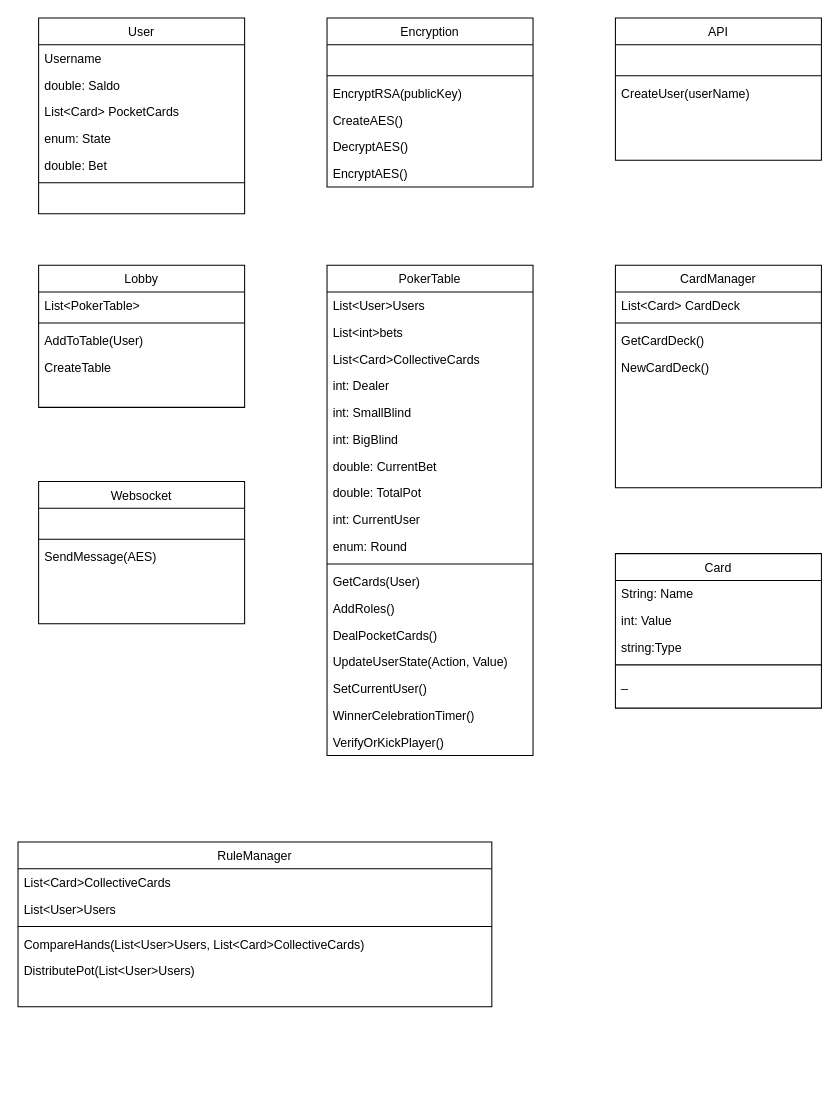
The draw.io diagram Dokumentation/Klasse Diagram.drawio in AndreasBollNielsen/PinkLadiesPoker_GameEngine, before the edit. Source tidied: cells renumbered, new cells numbered last; positions are measured from the earlier drawing's top-left corner, leaving out a move shared by most shapes. Both pictures are drawn from the tidied source at 103%, with x=0, y=0 at pixel (18, 18).
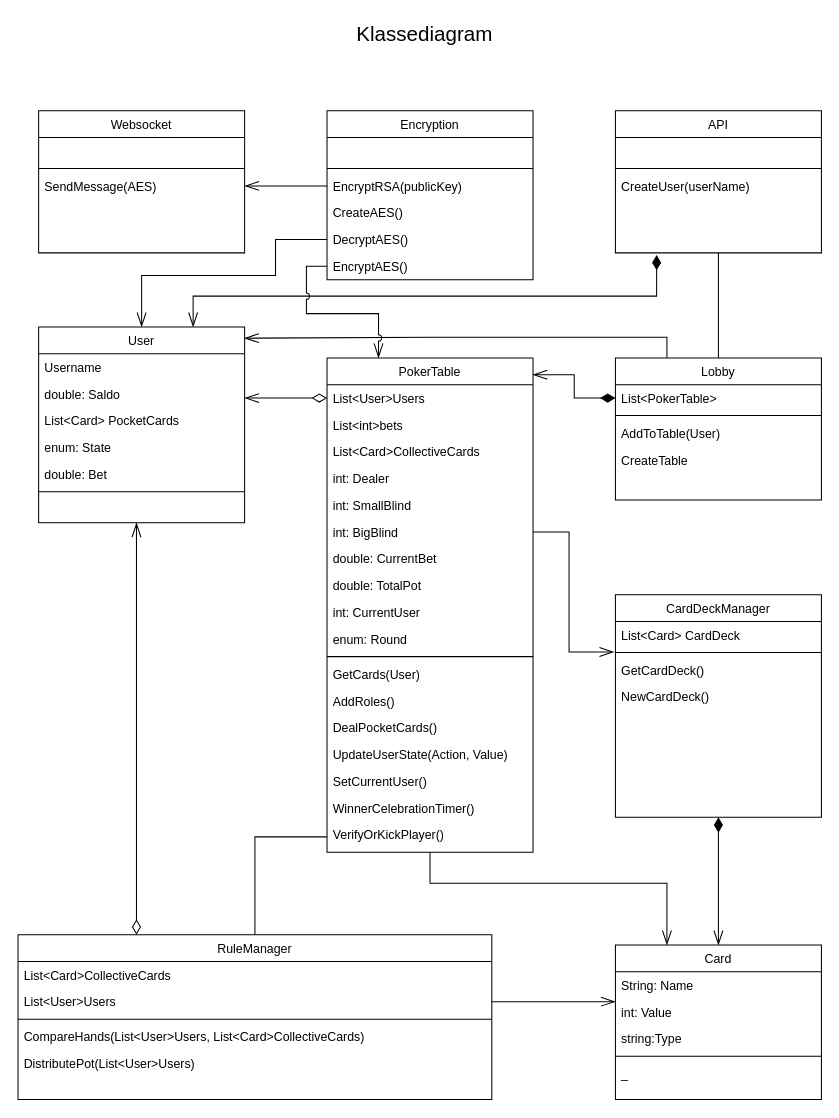
After the change.

Commit message (it also covers changes not shown here):
updated class diagram

The change refers to these unchanged cells:
```xml
<mxCell id="3" value="List&lt;PokerTable&gt;" style="text;align=left;verticalAlign=top;spacingLeft=4;spacingRight=4;overflow=hidden;points=[[0,0.5],[1,0.5]];portConstraint=eastwest;" parent="2" vertex="1">
  <mxGeometry y="26" width="200" height="26" as="geometry" />
</mxCell>
<mxCell id="10" value="EncryptRSA(publicKey)" style="text;align=left;verticalAlign=top;spacingLeft=4;spacingRight=4;overflow=hidden;points=[[0,0.5],[1,0.5]];portConstraint=eastwest;" parent="7" vertex="1">
  <mxGeometry y="60" width="200" height="26" as="geometry" />
</mxCell>
<mxCell id="12" value="DecryptAES()" style="text;align=left;verticalAlign=top;spacingLeft=4;spacingRight=4;overflow=hidden;points=[[0,0.5],[1,0.5]];portConstraint=eastwest;" parent="7" vertex="1">
  <mxGeometry y="112" width="200" height="26" as="geometry" />
</mxCell>
<mxCell id="13" value="EncryptAES()" style="text;align=left;verticalAlign=top;spacingLeft=4;spacingRight=4;overflow=hidden;points=[[0,0.5],[1,0.5]];portConstraint=eastwest;" parent="7" vertex="1">
  <mxGeometry y="138" width="200" height="26" as="geometry" />
</mxCell>
<mxCell id="16" value="int: Value" style="text;align=left;verticalAlign=top;spacingLeft=4;spacingRight=4;overflow=hidden;points=[[0,0.5],[1,0.5]];portConstraint=eastwest;rounded=0;shadow=0;html=0;" parent="14" vertex="1">
  <mxGeometry y="52" width="200" height="26" as="geometry" />
</mxCell>
<mxCell id="21" value="List&lt;Card&gt; CardDeck" style="text;align=left;verticalAlign=top;spacingLeft=4;spacingRight=4;overflow=hidden;points=[[0,0.5],[1,0.5]];portConstraint=eastwest;" parent="20" vertex="1">
  <mxGeometry y="26" width="200" height="26" as="geometry" />
</mxCell>
<mxCell id="30" value="List&lt;User&gt;Users" style="text;align=left;verticalAlign=top;spacingLeft=4;spacingRight=4;overflow=hidden;points=[[0,0.5],[1,0.5]];portConstraint=eastwest;" parent="29" vertex="1">
  <mxGeometry y="26" width="200" height="26" as="geometry" />
</mxCell>
<mxCell id="35" value="int: BigBlind" style="text;align=left;verticalAlign=top;spacingLeft=4;spacingRight=4;overflow=hidden;points=[[0,0.5],[1,0.5]];portConstraint=eastwest;" parent="29" vertex="1">
  <mxGeometry y="156" width="200" height="26" as="geometry" />
</mxCell>
<mxCell id="50" value="List&lt;User&gt;Users" style="text;align=left;verticalAlign=top;spacingLeft=4;spacingRight=4;overflow=hidden;points=[[0,0.5],[1,0.5]];portConstraint=eastwest;" parent="48" vertex="1">
  <mxGeometry y="52" width="460" height="26" as="geometry" />
</mxCell>
<mxCell id="61" value=" " style="text;align=left;verticalAlign=top;spacingLeft=4;spacingRight=4;overflow=hidden;points=[[0,0.5],[1,0.5]];portConstraint=eastwest;" parent="54" vertex="1">
  <mxGeometry y="164" width="200" height="26" as="geometry" />
</mxCell>
```

The edit, as a diff of the source:
```diff
@@
+    <mxCell id="66" style="edgeStyle=orthogonalEdgeStyle;rounded=0;jettySize=auto;html=1;exitX=0.25;exitY=0;exitDx=0;exitDy=0;entryX=0.999;entryY=0.057;entryDx=0;entryDy=0;entryPerimeter=0;startArrow=none;startFill=0;endArrow=openThin;endFill=0;startSize=12;endSize=12;sourcePerimeterSpacing=12;targetPerimeterSpacing=12;" parent="1" edge="1" source="2" target="54">
+      <mxGeometry relative="1" as="geometry" />
+    </mxCell>
     <mxCell id="2" value="Lobby" style="swimlane;fontStyle=0;align=center;verticalAlign=top;horizontal=1;startSize=26;rounded=0;shadow=0;strokeWidth=1;" parent="1" vertex="1">
-      <mxGeometry x="20" y="240" width="200" height="138" as="geometry" />
+      <mxGeometry x="580" y="330" width="200" height="138" as="geometry" />
     </mxCell>
@@
     <mxCell id="7" value="Encryption" style="swimlane;fontStyle=0;align=center;verticalAlign=top;horizontal=1;startSize=26;rounded=0;shadow=0;strokeWidth=1;" parent="1" vertex="1">
-      <mxGeometry x="300" width="200" height="164" as="geometry" />
+      <mxGeometry x="300" y="90" width="200" height="164" as="geometry" />
     </mxCell>
@@
     <mxCell id="14" value="Card" style="swimlane;fontStyle=0;align=center;verticalAlign=top;horizontal=1;startSize=26;rounded=0;shadow=0;strokeWidth=1;" parent="1" vertex="1">
-      <mxGeometry x="580" y="520" width="200" height="150" as="geometry" />
+      <mxGeometry x="580" y="900" width="200" height="150" as="geometry" />
     </mxCell>
@@
+    <mxCell id="67" style="edgeStyle=orthogonalEdgeStyle;rounded=0;jettySize=auto;html=1;entryX=0.5;entryY=0;entryDx=0;entryDy=0;startArrow=diamondThin;startFill=1;endArrow=openThin;endFill=0;startSize=12;endSize=12;sourcePerimeterSpacing=12;targetPerimeterSpacing=12;exitX=0.5;exitY=1;exitDx=0;exitDy=0;" parent="1" edge="1" source="20" target="14">
+      <mxGeometry relative="1" as="geometry" />
+    </mxCell>
-    <mxCell id="20" value="CardManager" style="swimlane;fontStyle=0;align=center;verticalAlign=top;horizontal=1;startSize=26;rounded=0;shadow=0;strokeWidth=1;" parent="1" vertex="1">
-      <mxGeometry x="580" y="240" width="200" height="216" as="geometry" />
+    <mxCell id="20" value="CardDeckManager" style="swimlane;fontStyle=0;align=center;verticalAlign=top;horizontal=1;startSize=26;rounded=0;shadow=0;strokeWidth=1;" parent="1" vertex="1">
+      <mxGeometry x="580" y="560" width="200" height="216" as="geometry" />
     </mxCell>
@@
+    <mxCell id="68" style="edgeStyle=orthogonalEdgeStyle;rounded=0;jettySize=auto;html=1;entryX=0.5;entryY=0;entryDx=0;entryDy=0;endArrow=none;endFill=0;" parent="1" edge="1" source="25" target="2">
+      <mxGeometry relative="1" as="geometry" />
+    </mxCell>
+    <mxCell id="69" style="edgeStyle=orthogonalEdgeStyle;rounded=0;jettySize=auto;html=1;entryX=0.75;entryY=0;entryDx=0;entryDy=0;startArrow=diamondThin;startFill=1;endArrow=openThin;endFill=0;startSize=12;endSize=12;sourcePerimeterSpacing=12;targetPerimeterSpacing=12;" parent="1" edge="1" target="54">
+      <mxGeometry relative="1" as="geometry">
+        <mxPoint x="620" y="230" as="sourcePoint" />
+        <Array as="points">
+          <mxPoint x="620" y="270" />
+          <mxPoint x="170" y="270" />
+        </Array>
+      </mxGeometry>
+    </mxCell>
     <mxCell id="25" value="API" style="swimlane;fontStyle=0;align=center;verticalAlign=top;horizontal=1;startSize=26;rounded=0;shadow=0;strokeWidth=1;" parent="1" vertex="1">
-      <mxGeometry x="580" width="200" height="138" as="geometry" />
+      <mxGeometry x="580" y="90" width="200" height="138" as="geometry" />
     </mxCell>
@@
     <mxCell id="29" value="PokerTable" style="swimlane;fontStyle=0;align=center;verticalAlign=top;horizontal=1;startSize=26;rounded=0;shadow=0;strokeWidth=1;" parent="1" vertex="1">
-      <mxGeometry x="300" y="240" width="200" height="476" as="geometry" />
+      <mxGeometry x="300" y="330" width="200" height="480" as="geometry" />
     </mxCell>
@@
     <mxCell id="47" value="VerifyOrKickPlayer()" style="text;align=left;verticalAlign=top;spacingLeft=4;spacingRight=4;overflow=hidden;points=[[0,0.5],[1,0.5]];portConstraint=eastwest;" parent="29" vertex="1">
-      <mxGeometry y="450" width="200" height="26" as="geometry" />
+      <mxGeometry y="450" width="200" height="30" as="geometry" />
     </mxCell>
+    <mxCell id="70" style="edgeStyle=orthogonalEdgeStyle;rounded=0;jettySize=auto;html=1;exitX=0.25;exitY=0;exitDx=0;exitDy=0;entryX=0.475;entryY=1;entryDx=0;entryDy=0;entryPerimeter=0;startArrow=diamondThin;startFill=0;endArrow=openThin;endFill=0;startSize=12;endSize=12;sourcePerimeterSpacing=12;targetPerimeterSpacing=12;" parent="1" edge="1" source="48" target="61">
+      <mxGeometry relative="1" as="geometry" />
+    </mxCell>
     <mxCell id="48" value="RuleManager" style="swimlane;fontStyle=0;align=center;verticalAlign=top;horizontal=1;startSize=26;rounded=0;shadow=0;strokeWidth=1;" parent="1" vertex="1">
-      <mxGeometry y="800" width="460" height="160" as="geometry" />
+      <mxGeometry y="890" width="460" height="160" as="geometry" />
     </mxCell>
@@
     <mxCell id="54" value="User" style="swimlane;fontStyle=0;align=center;verticalAlign=top;horizontal=1;startSize=26;rounded=0;shadow=0;strokeWidth=1;" parent="1" vertex="1">
-      <mxGeometry x="20" width="200" height="190" as="geometry" />
+      <mxGeometry x="20" y="300" width="200" height="190" as="geometry" />
     </mxCell>
@@
     <mxCell id="62" value="Websocket" style="swimlane;fontStyle=0;align=center;verticalAlign=top;horizontal=1;startSize=26;rounded=0;shadow=0;strokeWidth=1;" parent="1" vertex="1">
-      <mxGeometry x="20" y="450" width="200" height="138" as="geometry" />
+      <mxGeometry x="20" y="90" width="200" height="138" as="geometry" />
     </mxCell>
@@
+    <mxCell id="71" style="edgeStyle=orthogonalEdgeStyle;rounded=0;jettySize=auto;html=1;entryX=0.999;entryY=0.034;entryDx=0;entryDy=0;entryPerimeter=0;endArrow=openThin;endFill=0;endSize=12;startArrow=diamondThin;startFill=1;targetPerimeterSpacing=12;sourcePerimeterSpacing=12;startSize=12;exitX=0;exitY=0.5;exitDx=0;exitDy=0;" parent="1" edge="1" source="3" target="29">
+      <mxGeometry relative="1" as="geometry" />
+    </mxCell>
+    <mxCell id="72" style="edgeStyle=orthogonalEdgeStyle;rounded=0;jettySize=auto;html=1;entryX=-0.007;entryY=1.136;entryDx=0;entryDy=0;entryPerimeter=0;startArrow=none;startFill=0;endArrow=openThin;endFill=0;startSize=12;endSize=12;sourcePerimeterSpacing=12;targetPerimeterSpacing=12;exitX=1;exitY=0.5;exitDx=0;exitDy=0;" parent="1" edge="1" source="35" target="21">
+      <mxGeometry relative="1" as="geometry" />
+    </mxCell>
+    <mxCell id="73" style="edgeStyle=orthogonalEdgeStyle;rounded=0;jettySize=auto;html=1;startArrow=none;startFill=0;endArrow=none;endFill=0;startSize=12;endSize=12;sourcePerimeterSpacing=12;targetPerimeterSpacing=12;entryX=0.5;entryY=0;entryDx=0;entryDy=0;exitX=0;exitY=0.5;exitDx=0;exitDy=0;" parent="1" edge="1" source="47" target="48">
+      <mxGeometry relative="1" as="geometry" />
+    </mxCell>
+    <mxCell id="74" style="edgeStyle=orthogonalEdgeStyle;rounded=0;jettySize=auto;html=1;entryX=1;entryY=0.5;entryDx=0;entryDy=0;startArrow=none;startFill=0;endArrow=openThin;endFill=0;startSize=12;endSize=12;sourcePerimeterSpacing=12;targetPerimeterSpacing=12;exitX=0;exitY=0.5;exitDx=0;exitDy=0;" parent="1" edge="1" source="10">
+      <mxGeometry relative="1" as="geometry">
+        <mxPoint x="220" y="163" as="targetPoint" />
+      </mxGeometry>
+    </mxCell>
+    <mxCell id="75" style="edgeStyle=orthogonalEdgeStyle;rounded=0;jettySize=auto;html=1;entryX=0.25;entryY=0;entryDx=0;entryDy=0;startArrow=none;startFill=0;endArrow=openThin;endFill=0;startSize=12;endSize=12;sourcePerimeterSpacing=12;targetPerimeterSpacing=12;" parent="1" edge="1" target="14">
+      <mxGeometry relative="1" as="geometry">
+        <mxPoint x="400" y="810" as="sourcePoint" />
+        <Array as="points">
+          <mxPoint x="400" y="840" />
+          <mxPoint x="630" y="840" />
+        </Array>
+      </mxGeometry>
+    </mxCell>
+    <mxCell id="76" style="edgeStyle=orthogonalEdgeStyle;rounded=0;jettySize=auto;html=1;entryX=0;entryY=0.115;entryDx=0;entryDy=0;entryPerimeter=0;startArrow=none;startFill=0;endArrow=openThin;endFill=0;startSize=12;endSize=12;sourcePerimeterSpacing=12;targetPerimeterSpacing=12;exitX=1;exitY=0.5;exitDx=0;exitDy=0;" parent="1" edge="1" source="50" target="16">
+      <mxGeometry relative="1" as="geometry" />
+    </mxCell>
+    <mxCell id="77" style="edgeStyle=orthogonalEdgeStyle;rounded=0;jettySize=auto;html=1;startArrow=diamondThin;startFill=0;endArrow=openThin;endFill=0;startSize=12;endSize=12;sourcePerimeterSpacing=12;targetPerimeterSpacing=12;exitX=0;exitY=0.5;exitDx=0;exitDy=0;" parent="1" edge="1" source="30">
+      <mxGeometry relative="1" as="geometry">
+        <mxPoint x="220" y="369" as="targetPoint" />
+      </mxGeometry>
+    </mxCell>
+    <mxCell id="78" style="edgeStyle=orthogonalEdgeStyle;rounded=0;jettySize=auto;html=1;entryX=0.25;entryY=0;entryDx=0;entryDy=0;startArrow=none;startFill=0;endArrow=openThin;endFill=0;startSize=12;endSize=12;sourcePerimeterSpacing=12;targetPerimeterSpacing=12;exitX=0;exitY=0.5;exitDx=0;exitDy=0;jumpStyle=arc;" parent="1" edge="1" source="13" target="29">
+      <mxGeometry relative="1" as="geometry" />
+    </mxCell>
+    <mxCell id="79" style="edgeStyle=orthogonalEdgeStyle;rounded=0;jettySize=auto;html=1;exitX=0;exitY=0.5;exitDx=0;exitDy=0;entryX=0.5;entryY=0;entryDx=0;entryDy=0;startArrow=none;startFill=0;endArrow=openThin;endFill=0;startSize=12;endSize=12;sourcePerimeterSpacing=12;targetPerimeterSpacing=12;" parent="1" edge="1" source="12" target="54">
+      <mxGeometry relative="1" as="geometry">
+        <Array as="points">
+          <mxPoint x="250" y="215" />
+          <mxPoint x="250" y="250" />
+          <mxPoint x="120" y="250" />
+        </Array>
+      </mxGeometry>
+    </mxCell>
+    <mxCell id="80" value="&lt;font style=&quot;font-size: 20px;&quot;&gt;Klassediagram&lt;/font&gt;" style="text;html=1;strokeColor=none;fillColor=none;align=center;verticalAlign=middle;whiteSpace=wrap;rounded=0;" parent="1" vertex="1">
+      <mxGeometry x="160" width="470" height="30" as="geometry" />
+    </mxCell>
```
